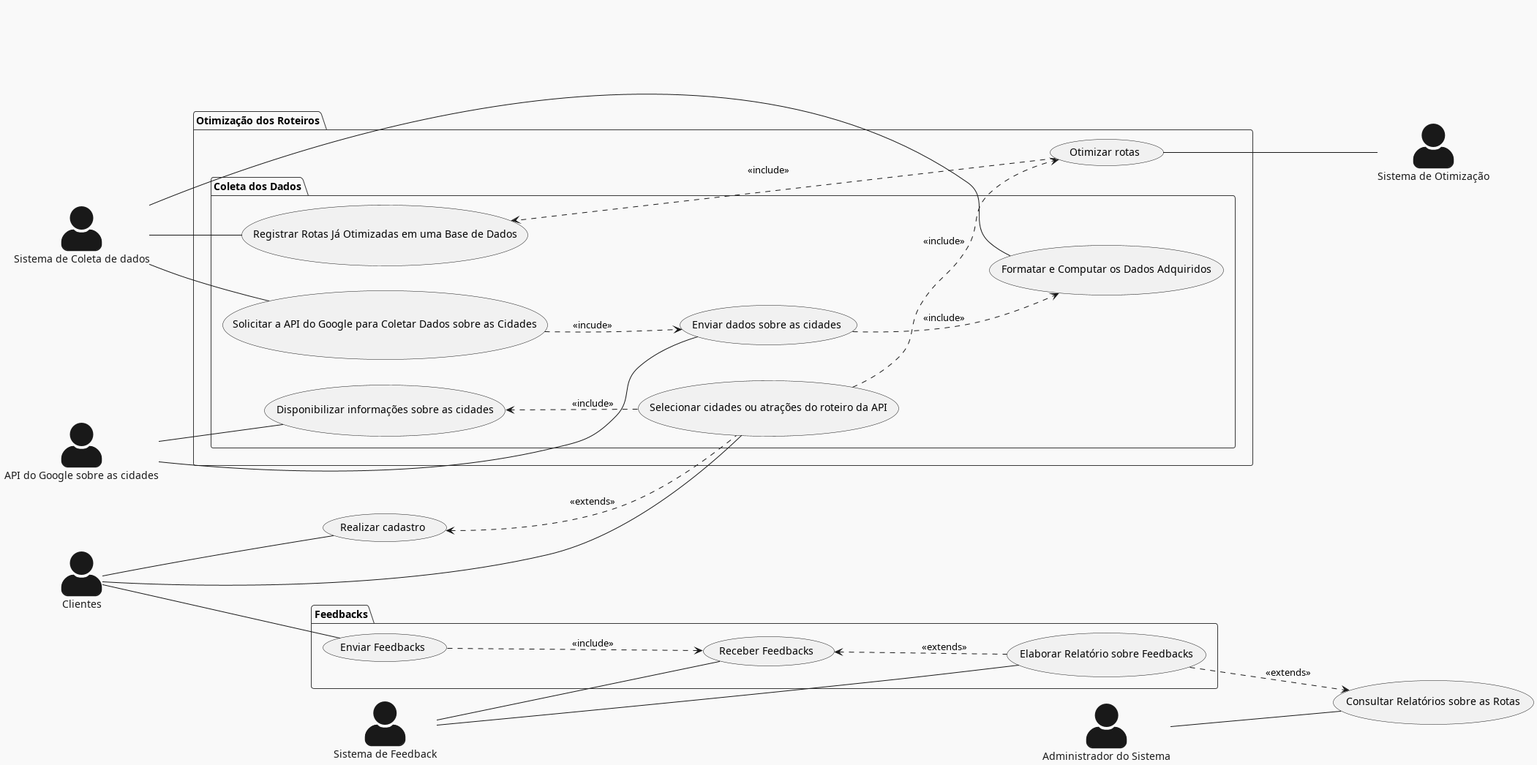
Earlier version of the PlantUML export Relatório/Semana-1/Diagramas/DCU.png (pedrodilallo/site_turismo_SIG).
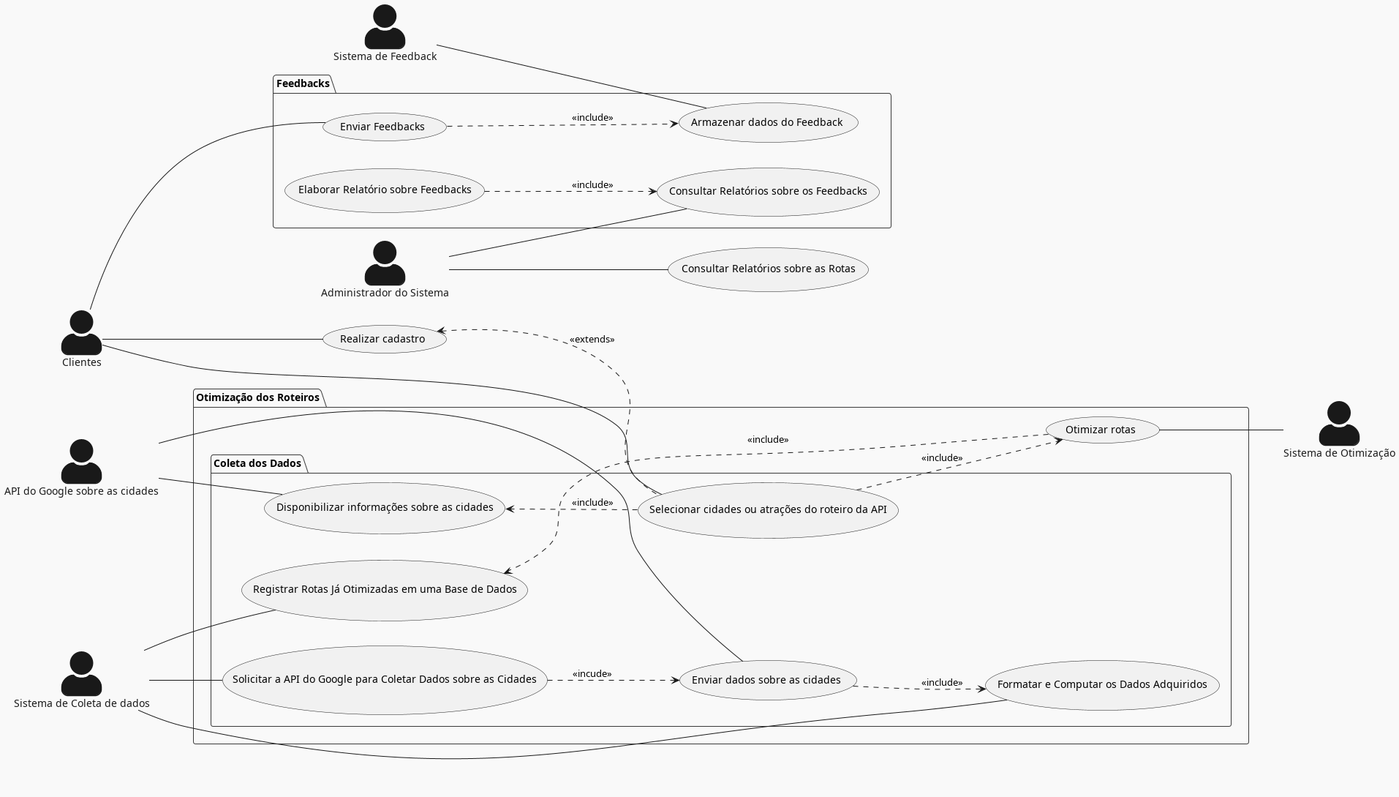
After the commit.

Commit message:
Mais correções DCU

Diff of the diagram source:
```diff
@@ -52,12 +52,11 @@
 
 package "Feedbacks"{
 
-(Enviar Feedbacks) ..> (Receber Feedbacks) : <<include>>
-(Receber Feedbacks) <.. (Elaborar Relatório sobre Feedbacks) : <<extends>>
-(Elaborar Relatório sobre Feedbacks) ..> (Consultar Relatórios sobre as Rotas) : <<extends>>
+(Enviar Feedbacks) ..> (Armazenar dados do Feedback) : <<include>>
+(Elaborar Relatório sobre Feedbacks) ..> (Consultar Relatórios sobre os Feedbacks) : <<include>>
 cliente -- (Enviar Feedbacks)
-feedback -- (Receber Feedbacks)
-feedback -- (Elaborar Relatório sobre Feedbacks)
+feedback -- (Armazenar dados do Feedback)
+sys_admin -- (Consultar Relatórios sobre os Feedbacks)
 
 
 
```
